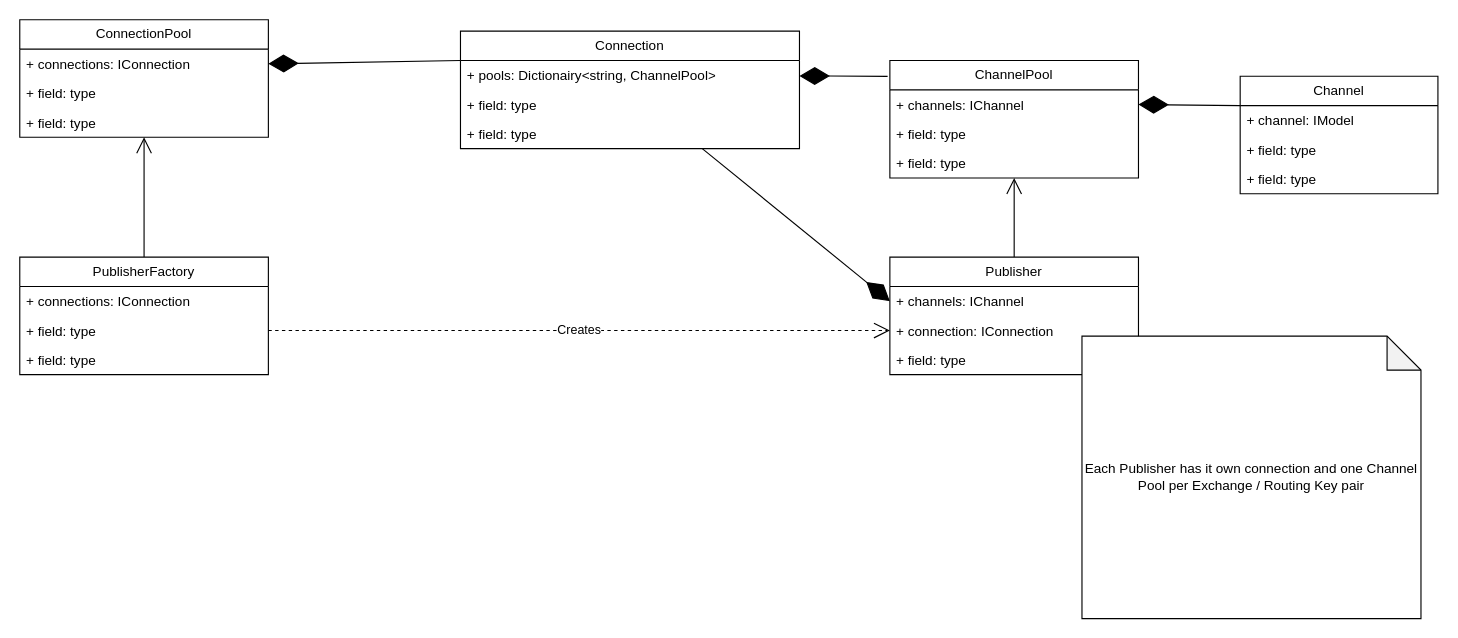
Earlier version of the draw.io diagram page "ConectionPool Pattern" (3 of 3) of Docs/Class Diagram.drawio (preira/FastCSharp). Source tidied: cells renumbered, new cells numbered last; positions are measured from the earlier drawing's top-left corner, leaving out a move shared by most shapes. Both pictures are drawn from the tidied source at 113%, with x=0, y=0 at pixel (19, 19).
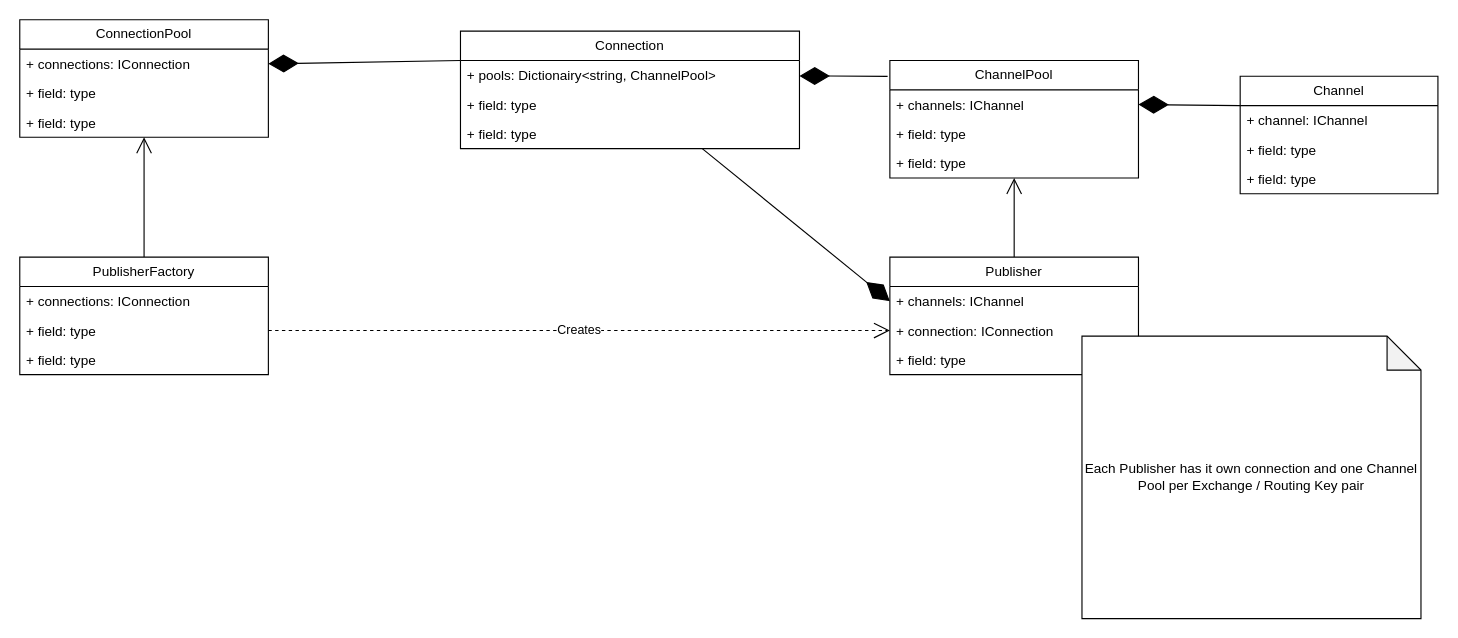
The same diagram, later.

Unchanged cells that the change refers to:
```xml
<mxCell id="15" value="Channel" style="swimlane;fontStyle=0;horizontal=1;startSize=26;fillColor=none;whiteSpace=wrap;html=1;" parent="1" vertex="1">
  <mxGeometry x="1080" y="50" width="175" height="104" as="geometry" />
</mxCell>
```

The edit, as a diff of the source:
```diff
@@
-    <mxCell id="16" value="+ channel: IModel" style="text;strokeColor=none;fillColor=none;align=left;verticalAlign=top;spacingLeft=4;spacingRight=4;overflow=hidden;whiteSpace=wrap;html=1;" parent="15" vertex="1">
+    <mxCell id="16" value="+ channel: IChannel" style="text;strokeColor=none;fillColor=none;align=left;verticalAlign=top;spacingLeft=4;spacingRight=4;overflow=hidden;whiteSpace=wrap;html=1;" parent="15" vertex="1">
       <mxGeometry y="26" width="175" height="26" as="geometry" />
     </mxCell>
```
